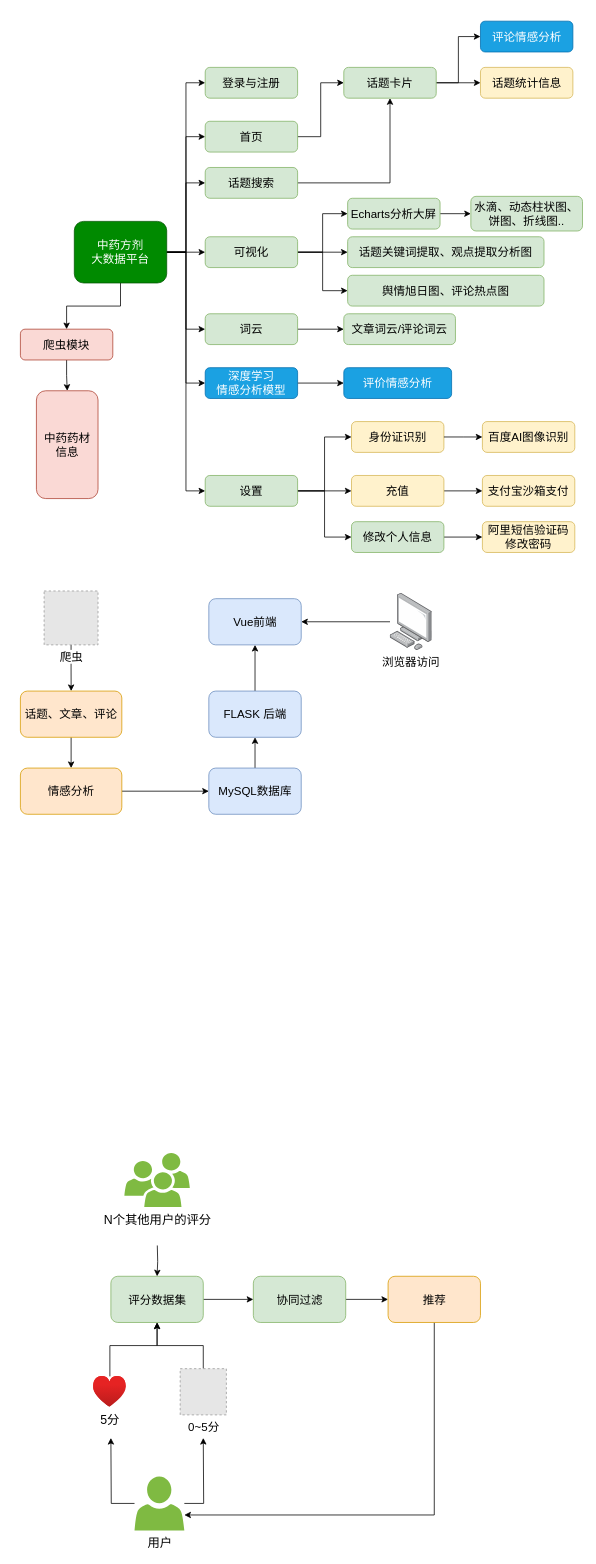
The draw.io diagram FLASK/15-flask-中药知识图谱.drawio in redcomet88/DRAW, before the edit. Source tidied: cells renumbered, new cells numbered last; positions are measured from the earlier drawing's top-left corner, leaving out a move shared by most shapes. Both pictures are drawn from the tidied source at 77%, with x=0, y=0 at pixel (20, 21). Pictures stored in the file or linked from it are replaced by grey dashed boxes.
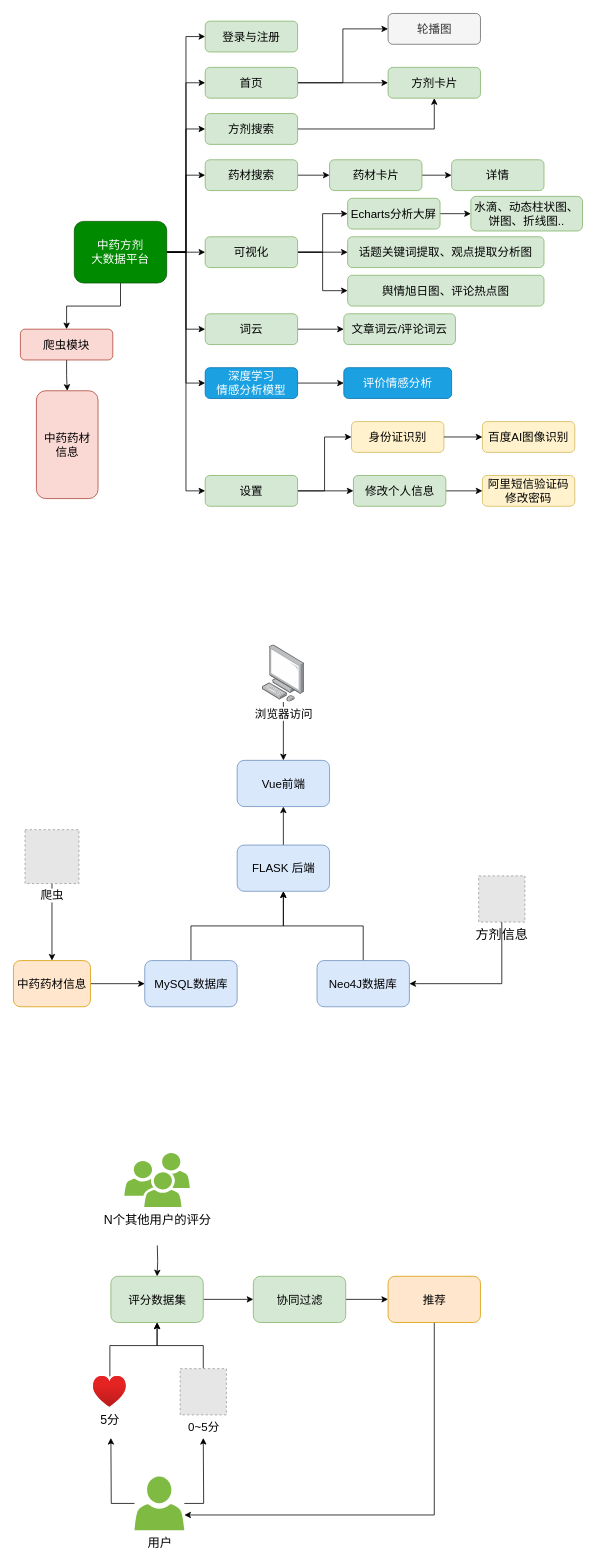
Above is the later version.

Commit message:
Update 15-flask-中药知识图谱.drawio

The change refers to these unchanged cells:
```xml
<mxCell id="13" value="中药方剂&lt;br&gt;大数据平台" style="rounded=1;whiteSpace=wrap;html=1;fontSize=15;fillColor=#008a00;strokeColor=#005700;fontColor=#ffffff;" parent="1" vertex="1">
  <mxGeometry x="70" y="260" width="120" height="80" as="geometry" />
</mxCell>
<mxCell id="44" value="设置" style="rounded=1;whiteSpace=wrap;html=1;fontSize=15;fillColor=#d5e8d4;strokeColor=#82b366;" parent="1" vertex="1">
  <mxGeometry x="240" y="590" width="120" height="40" as="geometry" />
</mxCell>
```

The edit, as a diff of the source:
```diff
@@
-    <mxCell id="9" style="edgeStyle=orthogonalEdgeStyle;rounded=0;jettySize=auto;html=1;entryX=0;entryY=0.5;entryDx=0;entryDy=0;exitX=1;exitY=0.5;exitDx=0;exitDy=0;" parent="1" edge="1" source="44" target="37">
-      <mxGeometry relative="1" as="geometry">
-        <Array as="points">
-          <mxPoint x="360" y="610" />
-          <mxPoint x="360" y="610" />
-        </Array>
-      </mxGeometry>
-    </mxCell>
@@
+    <mxCell id="80" style="edgeStyle=orthogonalEdgeStyle;rounded=0;jettySize=auto;html=1;exitX=1;exitY=0.5;exitDx=0;exitDy=0;entryX=0;entryY=0.5;entryDx=0;entryDy=0;fontSize=17;" parent="1" edge="1" source="13" target="89">
+      <mxGeometry relative="1" as="geometry" />
+    </mxCell>
@@
+    <mxCell id="81" style="edgeStyle=orthogonalEdgeStyle;rounded=0;jettySize=auto;html=1;exitX=1;exitY=0.5;exitDx=0;exitDy=0;entryX=0;entryY=0.5;entryDx=0;entryDy=0;fontSize=17;" parent="1" edge="1" source="15" target="87">
+      <mxGeometry relative="1" as="geometry" />
+    </mxCell>
     <mxCell id="15" value="首页" style="rounded=1;whiteSpace=wrap;html=1;fontSize=15;fillColor=#d5e8d4;strokeColor=#82b366;" parent="1" vertex="1">
-      <mxGeometry x="240" y="130" width="120" height="40" as="geometry" />
+      <mxGeometry x="240" y="60" width="120" height="40" as="geometry" />
     </mxCell>
     <mxCell id="16" value="登录与注册" style="rounded=1;whiteSpace=wrap;html=1;fontSize=15;fillColor=#d5e8d4;strokeColor=#82b366;" parent="1" vertex="1">
-      <mxGeometry x="240" y="60" width="120" height="40" as="geometry" />
+      <mxGeometry x="240" width="120" height="40" as="geometry" />
     </mxCell>
@@
-    <mxCell id="21" style="edgeStyle=orthogonalEdgeStyle;rounded=0;jettySize=auto;html=1;exitX=1;exitY=0.5;exitDx=0;exitDy=0;entryX=0;entryY=0.5;entryDx=0;entryDy=0;" parent="1" edge="1" source="23" target="46">
-      <mxGeometry relative="1" as="geometry" />
-    </mxCell>
-    <mxCell id="22" style="edgeStyle=orthogonalEdgeStyle;rounded=0;jettySize=auto;html=1;exitX=1;exitY=0.5;exitDx=0;exitDy=0;entryX=0;entryY=0.5;entryDx=0;entryDy=0;" parent="1" edge="1" source="23" target="47">
-      <mxGeometry relative="1" as="geometry" />
-    </mxCell>
-    <mxCell id="23" value="话题卡片" style="rounded=1;whiteSpace=wrap;html=1;fontSize=15;fillColor=#d5e8d4;strokeColor=#82b366;" parent="1" vertex="1">
-      <mxGeometry x="420" y="60" width="120" height="40" as="geometry" />
+    <mxCell id="23" value="方剂卡片" style="rounded=1;whiteSpace=wrap;html=1;fontSize=15;fillColor=#d5e8d4;strokeColor=#82b366;" parent="1" vertex="1">
+      <mxGeometry x="477.5" y="60" width="120" height="40" as="geometry" />
     </mxCell>
@@
-    <mxCell id="31" value="话题搜索" style="rounded=1;whiteSpace=wrap;html=1;fontSize=15;fillColor=#d5e8d4;strokeColor=#82b366;" parent="1" vertex="1">
-      <mxGeometry x="240" y="190" width="120" height="40" as="geometry" />
+    <mxCell id="31" value="方剂搜索" style="rounded=1;whiteSpace=wrap;html=1;fontSize=15;fillColor=#d5e8d4;strokeColor=#82b366;" parent="1" vertex="1">
+      <mxGeometry x="240" y="120" width="120" height="40" as="geometry" />
     </mxCell>
@@
     <mxCell id="35" value="修改个人信息" style="rounded=1;whiteSpace=wrap;html=1;fontSize=15;fillColor=#d5e8d4;strokeColor=#82b366;" parent="1" vertex="1">
-      <mxGeometry x="430" y="650" width="120" height="40" as="geometry" />
+      <mxGeometry x="432.5" y="590" width="120" height="40" as="geometry" />
     </mxCell>
-    <mxCell id="36" style="edgeStyle=orthogonalEdgeStyle;rounded=0;jettySize=auto;html=1;exitX=1;exitY=0.5;exitDx=0;exitDy=0;entryX=0;entryY=0.5;entryDx=0;entryDy=0;" parent="1" edge="1" source="37" target="38">
-      <mxGeometry relative="1" as="geometry" />
-    </mxCell>
-    <mxCell id="37" value="充值" style="rounded=1;whiteSpace=wrap;html=1;fontSize=15;fillColor=#fff2cc;strokeColor=#d6b656;" parent="1" vertex="1">
-      <mxGeometry x="430" y="590" width="120" height="40" as="geometry" />
-    </mxCell>
-    <mxCell id="38" value="支付宝沙箱支付" style="rounded=1;whiteSpace=wrap;html=1;fontSize=15;fillColor=#fff2cc;strokeColor=#d6b656;" parent="1" vertex="1">
-      <mxGeometry x="600" y="590" width="120" height="40" as="geometry" />
-    </mxCell>
@@
     <mxCell id="40" value="阿里短信验证码修改密码" style="rounded=1;whiteSpace=wrap;html=1;fontSize=15;fillColor=#fff2cc;strokeColor=#d6b656;" parent="1" vertex="1">
-      <mxGeometry x="600" y="650" width="120" height="40" as="geometry" />
+      <mxGeometry x="600" y="590" width="120" height="40" as="geometry" />
     </mxCell>
@@
-    <mxCell id="46" value="话题统计信息" style="rounded=1;whiteSpace=wrap;html=1;fontSize=15;fillColor=#fff2cc;strokeColor=#d6b656;" parent="1" vertex="1">
-      <mxGeometry x="597.5" y="60" width="120" height="40" as="geometry" />
-    </mxCell>
-    <mxCell id="47" value="评论情感分析" style="rounded=1;whiteSpace=wrap;html=1;fontSize=15;fillColor=#1ba1e2;strokeColor=#006EAF;fontColor=#ffffff;" parent="1" vertex="1">
-      <mxGeometry x="597.5" width="120" height="40" as="geometry" />
-    </mxCell>
@@
     <mxCell id="67" value="爬虫" style="fillColor=#E6E6E6;strokeColor=#999999;dashed=1;html=1;verticalAlign=top;verticalLabelPosition=bottom;labelBackgroundColor=#ffffff;fontSize=15;" parent="1" vertex="1">
-      <mxGeometry x="30.8" y="740" width="70" height="70" as="geometry" />
+      <mxGeometry x="6" y="1050" width="70" height="70" as="geometry" />
     </mxCell>
-    <mxCell id="68" style="edgeStyle=orthogonalEdgeStyle;rounded=0;jettySize=auto;html=1;fontSize=15;" parent="1" edge="1" source="69" target="73">
-      <mxGeometry relative="1" as="geometry" />
-    </mxCell>
+    <mxCell id="82" style="edgeStyle=orthogonalEdgeStyle;rounded=0;jettySize=auto;html=1;exitX=1;exitY=0.5;exitDx=0;exitDy=0;entryX=0;entryY=0.5;entryDx=0;entryDy=0;fontSize=17;" parent="1" edge="1" source="69" target="71">
+      <mxGeometry relative="1" as="geometry" />
+    </mxCell>
-    <mxCell id="69" value="话题、文章、评论" style="rounded=1;whiteSpace=wrap;html=1;fontSize=15;fillColor=#ffe6cc;strokeColor=#d79b00;" parent="1" vertex="1">
-      <mxGeometry y="870" width="131.7" height="60" as="geometry" />
+    <mxCell id="69" value="中药药材信息" style="rounded=1;whiteSpace=wrap;html=1;fontSize=15;fillColor=#ffe6cc;strokeColor=#d79b00;" parent="1" vertex="1">
+      <mxGeometry x="-9" y="1220" width="100" height="60" as="geometry" />
     </mxCell>
@@
     <mxCell id="71" value="MySQL数据库" style="rounded=1;whiteSpace=wrap;html=1;fontSize=15;fillColor=#dae8fc;strokeColor=#6c8ebf;" parent="1" vertex="1">
-      <mxGeometry x="244.7" y="970" width="120" height="60" as="geometry" />
+      <mxGeometry x="161.5" y="1220" width="120" height="60" as="geometry" />
     </mxCell>
-    <mxCell id="72" style="edgeStyle=orthogonalEdgeStyle;rounded=0;jettySize=auto;html=1;fontSize=15;" parent="1" edge="1" source="73" target="71">
-      <mxGeometry relative="1" as="geometry" />
-    </mxCell>
-    <mxCell id="73" value="情感分析" style="rounded=1;whiteSpace=wrap;html=1;fontSize=15;fillColor=#ffe6cc;strokeColor=#d79b00;" parent="1" vertex="1">
-      <mxGeometry y="970" width="131.7" height="60" as="geometry" />
-    </mxCell>
@@
     <mxCell id="75" value="FLASK 后端" style="rounded=1;whiteSpace=wrap;html=1;fontSize=15;fillColor=#dae8fc;strokeColor=#6c8ebf;" parent="1" vertex="1">
-      <mxGeometry x="244.7" y="870" width="120" height="60" as="geometry" />
+      <mxGeometry x="281.5" y="1070" width="120" height="60" as="geometry" />
     </mxCell>
     <mxCell id="76" value="Vue前端" style="rounded=1;whiteSpace=wrap;html=1;fontSize=15;fillColor=#dae8fc;strokeColor=#6c8ebf;" parent="1" vertex="1">
-      <mxGeometry x="244.7" y="750" width="120" height="60" as="geometry" />
+      <mxGeometry x="281.5" y="960" width="120" height="60" as="geometry" />
     </mxCell>
-    <mxCell id="77" style="edgeStyle=orthogonalEdgeStyle;rounded=0;jettySize=auto;html=1;entryX=1;entryY=0.5;entryDx=0;entryDy=0;fontSize=15;" parent="1" edge="1" source="78" target="76">
+    <mxCell id="77" style="edgeStyle=orthogonalEdgeStyle;rounded=0;jettySize=auto;html=1;entryX=0.5;entryY=0;entryDx=0;entryDy=0;fontSize=15;" parent="1" edge="1" source="78" target="76">
       <mxGeometry relative="1" as="geometry" />
     </mxCell>
     <mxCell id="78" value="浏览器访问" style="points=[];html=1;align=center;shadow=0;dashed=0;image;image=img/lib/allied_telesis/computer_and_terminals/Personal_Computer.svg;fontSize=15;" parent="1" vertex="1">
-      <mxGeometry x="480" y="742.9" width="54.8" height="74.2" as="geometry" />
+      <mxGeometry x="314.1" y="810" width="54.8" height="74.2" as="geometry" />
     </mxCell>
@@
+    <mxCell id="83" value="方剂信息" style="fillColor=#E6E6E6;strokeColor=#999999;dashed=1;html=1;verticalAlign=top;verticalLabelPosition=bottom;labelBackgroundColor=#ffffff;fontSize=17;" parent="1" vertex="1">
+      <mxGeometry x="595.2" y="1110" width="60" height="60" as="geometry" />
+    </mxCell>
+    <mxCell id="84" style="edgeStyle=orthogonalEdgeStyle;rounded=0;jettySize=auto;html=1;fontSize=17;exitX=0.5;exitY=1;exitDx=0;exitDy=0;entryX=1;entryY=0.5;entryDx=0;entryDy=0;" parent="1" edge="1" source="83" target="86">
+      <mxGeometry relative="1" as="geometry" />
+    </mxCell>
+    <mxCell id="85" style="edgeStyle=orthogonalEdgeStyle;rounded=0;jettySize=auto;html=1;exitX=0.5;exitY=0;exitDx=0;exitDy=0;entryX=0.5;entryY=1;entryDx=0;entryDy=0;fontSize=17;" parent="1" edge="1" source="86" target="75">
+      <mxGeometry relative="1" as="geometry" />
+    </mxCell>
+    <mxCell id="86" value="Neo4J数据库" style="rounded=1;whiteSpace=wrap;html=1;fontSize=15;fillColor=#dae8fc;strokeColor=#6c8ebf;" parent="1" vertex="1">
+      <mxGeometry x="385.2" y="1220" width="120" height="60" as="geometry" />
+    </mxCell>
+    <mxCell id="87" value="轮播图" style="rounded=1;whiteSpace=wrap;html=1;fontSize=15;fillColor=#f5f5f5;strokeColor=#666666;fontColor=#333333;" parent="1" vertex="1">
+      <mxGeometry x="477.5" y="-10" width="120" height="40" as="geometry" />
+    </mxCell>
+    <mxCell id="88" style="edgeStyle=orthogonalEdgeStyle;rounded=0;jettySize=auto;html=1;exitX=1;exitY=0.5;exitDx=0;exitDy=0;entryX=0;entryY=0.5;entryDx=0;entryDy=0;fontSize=17;" parent="1" edge="1" source="89" target="91">
+      <mxGeometry relative="1" as="geometry" />
+    </mxCell>
+    <mxCell id="89" value="药材搜索" style="rounded=1;whiteSpace=wrap;html=1;fontSize=15;fillColor=#d5e8d4;strokeColor=#82b366;" parent="1" vertex="1">
+      <mxGeometry x="240" y="180" width="120" height="40" as="geometry" />
+    </mxCell>
+    <mxCell id="90" style="edgeStyle=orthogonalEdgeStyle;rounded=0;jettySize=auto;html=1;exitX=1;exitY=0.5;exitDx=0;exitDy=0;entryX=0;entryY=0.5;entryDx=0;entryDy=0;fontSize=17;" parent="1" edge="1" source="91" target="92">
+      <mxGeometry relative="1" as="geometry" />
+    </mxCell>
+    <mxCell id="91" value="药材卡片" style="rounded=1;whiteSpace=wrap;html=1;fontSize=15;fillColor=#d5e8d4;strokeColor=#82b366;" parent="1" vertex="1">
+      <mxGeometry x="401.5" y="180" width="120" height="40" as="geometry" />
+    </mxCell>
+    <mxCell id="92" value="详情" style="rounded=1;whiteSpace=wrap;html=1;fontSize=15;fillColor=#d5e8d4;strokeColor=#82b366;" parent="1" vertex="1">
+      <mxGeometry x="560" y="180" width="120" height="40" as="geometry" />
+    </mxCell>
```
